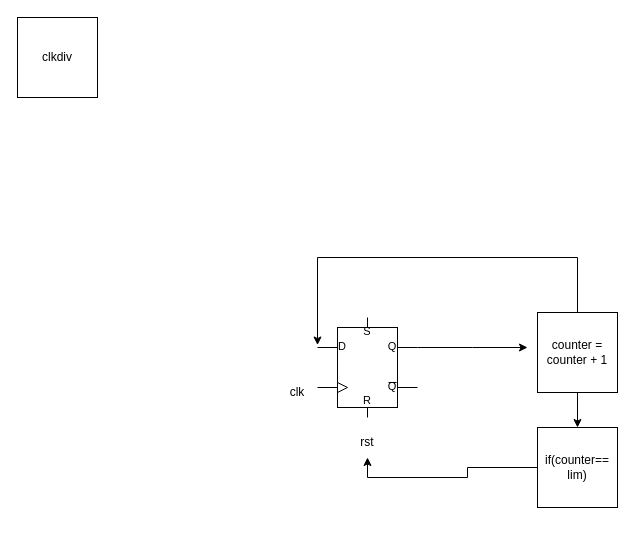
Earlier version of the draw.io diagram clkdiv.drawio (LeoChen21/chenLeo). Source tidied: cells renumbered, new cells numbered last; positions are measured from the earlier drawing's top-left corner, leaving out a move shared by most shapes. Both pictures are drawn from the tidied source at 100%, with x=0, y=0 at pixel (17, 17).
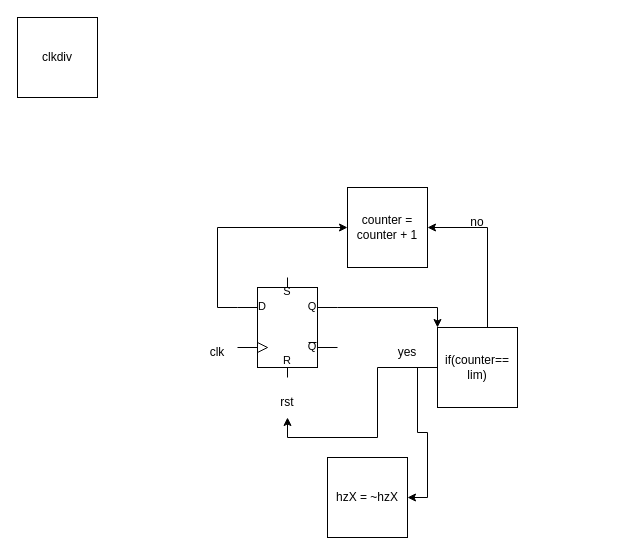
Above is the later version.

The edit, as a diff of the source:
```diff
@@
 <mxGraphModel>
   <root>
     <mxCell id="0" />
     <mxCell id="1" parent="0" />
     <mxCell id="2" value="&lt;div&gt;clkdiv&lt;/div&gt;" style="whiteSpace=wrap;html=1;" parent="1" vertex="1">
       <mxGeometry width="80" height="80" as="geometry" />
     </mxCell>
-    <mxCell id="3" style="edgeStyle=orthogonalEdgeStyle;rounded=0;jettySize=auto;html=1;exitX=1;exitY=0.3;exitDx=0;exitDy=0;exitPerimeter=0;" parent="1" edge="1" source="4">
-      <mxGeometry relative="1" as="geometry">
-        <mxPoint x="510" y="330" as="targetPoint" />
-      </mxGeometry>
+    <mxCell id="3" style="edgeStyle=orthogonalEdgeStyle;rounded=0;jettySize=auto;html=1;exitX=1;exitY=0.3;exitDx=0;exitDy=0;exitPerimeter=0;entryX=0;entryY=0;entryDx=0;entryDy=0;" parent="1" edge="1" source="4" target="11">
+      <mxGeometry relative="1" as="geometry" />
     </mxCell>
+    <mxCell id="12" style="edgeStyle=orthogonalEdgeStyle;rounded=0;jettySize=auto;html=1;exitX=0;exitY=0.3;exitDx=0;exitDy=0;exitPerimeter=0;entryX=0;entryY=0.5;entryDx=0;entryDy=0;" parent="1" edge="1" source="4" target="9">
+      <mxGeometry relative="1" as="geometry" />
+    </mxCell>
     <mxCell id="4" style="verticalLabelPosition=bottom;shadow=0;dashed=0;align=center;html=1;verticalAlign=top;shape=mxgraph.electrical.logic_gates.d_type_rs_flip-flop;" parent="1" vertex="1">
-      <mxGeometry x="300" y="300" width="100" height="100" as="geometry" />
+      <mxGeometry x="220" y="260" width="100" height="100" as="geometry" />
     </mxCell>
     <mxCell id="5" value="rst" style="text;html=1;strokeColor=none;fillColor=none;align=center;verticalAlign=middle;whiteSpace=wrap;rounded=0;" parent="1" vertex="1">
-      <mxGeometry x="320" y="410" width="60" height="30" as="geometry" />
+      <mxGeometry x="240" y="370" width="60" height="30" as="geometry" />
     </mxCell>
     <mxCell id="6" value="&lt;div&gt;clk&lt;/div&gt;" style="text;html=1;strokeColor=none;fillColor=none;align=center;verticalAlign=middle;whiteSpace=wrap;rounded=0;" parent="1" vertex="1">
-      <mxGeometry x="250" y="360" width="60" height="30" as="geometry" />
+      <mxGeometry x="170" y="320" width="60" height="30" as="geometry" />
     </mxCell>
-    <mxCell id="7" style="edgeStyle=orthogonalEdgeStyle;rounded=0;jettySize=auto;html=1;entryX=1;entryY=0.25;entryDx=0;entryDy=0;" parent="1" edge="1" source="9">
-      <mxGeometry relative="1" as="geometry">
-        <mxPoint x="300" y="327.5" as="targetPoint" />
-        <Array as="points">
-          <mxPoint x="560" y="240" />
-          <mxPoint x="300" y="240" />
-        </Array>
-      </mxGeometry>
-    </mxCell>
-    <mxCell id="8" style="edgeStyle=orthogonalEdgeStyle;rounded=0;jettySize=auto;html=1;" parent="1" edge="1" source="9" target="11">
-      <mxGeometry relative="1" as="geometry" />
-    </mxCell>
     <mxCell id="9" value="counter = counter + 1" style="whiteSpace=wrap;html=1;" parent="1" vertex="1">
-      <mxGeometry x="520" y="295" width="80" height="80" as="geometry" />
+      <mxGeometry x="330" y="170" width="80" height="80" as="geometry" />
     </mxCell>
     <mxCell id="10" style="edgeStyle=orthogonalEdgeStyle;rounded=0;jettySize=auto;html=1;entryX=0.5;entryY=1;entryDx=0;entryDy=0;" parent="1" edge="1" source="11" target="5">
       <mxGeometry relative="1" as="geometry" />
     </mxCell>
+    <mxCell id="13" style="edgeStyle=orthogonalEdgeStyle;rounded=0;jettySize=auto;html=1;entryX=1;entryY=0.5;entryDx=0;entryDy=0;" parent="1" edge="1" source="11" target="15">
+      <mxGeometry relative="1" as="geometry" />
+    </mxCell>
+    <mxCell id="14" style="edgeStyle=orthogonalEdgeStyle;rounded=0;jettySize=auto;html=1;entryX=1;entryY=0.5;entryDx=0;entryDy=0;" parent="1" edge="1" source="11" target="9">
+      <mxGeometry relative="1" as="geometry">
+        <Array as="points">
+          <mxPoint x="470" y="210" />
+        </Array>
+      </mxGeometry>
+    </mxCell>
     <mxCell id="11" value="if(counter== lim)" style="whiteSpace=wrap;html=1;" parent="1" vertex="1">
-      <mxGeometry x="520" y="410" width="80" height="80" as="geometry" />
+      <mxGeometry x="420" y="310" width="80" height="80" as="geometry" />
     </mxCell>
+    <mxCell id="15" value="hzX = ~hzX" style="whiteSpace=wrap;html=1;" parent="1" vertex="1">
+      <mxGeometry x="310" y="440" width="80" height="80" as="geometry" />
+    </mxCell>
+    <mxCell id="16" value="yes" style="text;html=1;strokeColor=none;fillColor=none;align=center;verticalAlign=middle;whiteSpace=wrap;rounded=0;" parent="1" vertex="1">
+      <mxGeometry x="360" y="320" width="60" height="30" as="geometry" />
+    </mxCell>
+    <mxCell id="17" value="no" style="text;html=1;strokeColor=none;fillColor=none;align=center;verticalAlign=middle;whiteSpace=wrap;rounded=0;" parent="1" vertex="1">
+      <mxGeometry x="430" y="190" width="60" height="30" as="geometry" />
+    </mxCell>
   </root>
 </mxGraphModel>
```
